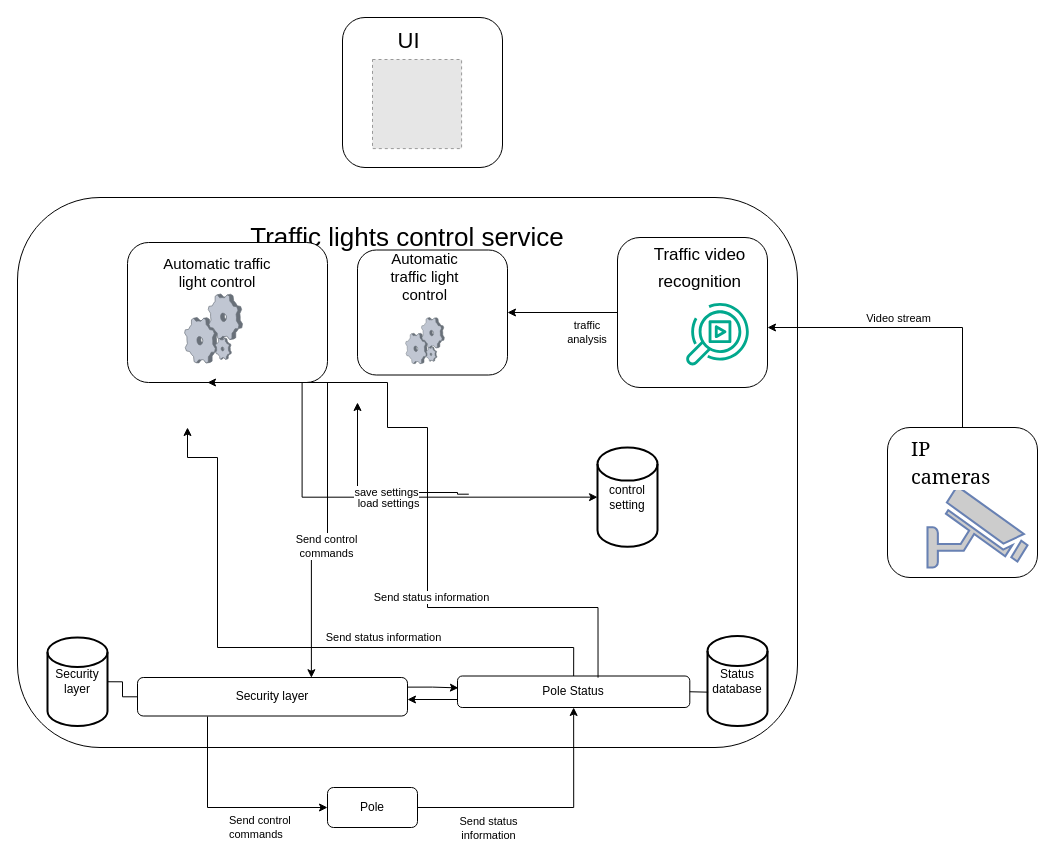
Mrazbb/OAMK_DDD keeps this draw.io diagram as Untitled Diagram.drawio. Above is the earlier version. Source tidied: cells renumbered, new cells numbered last; positions are measured from the earlier drawing's top-left corner, leaving out a move shared by most shapes. Both pictures are drawn from the tidied source at 100%, with x=0, y=0 at pixel (17, 17). Pictures stored in the file or linked from it are replaced by grey dashed boxes.
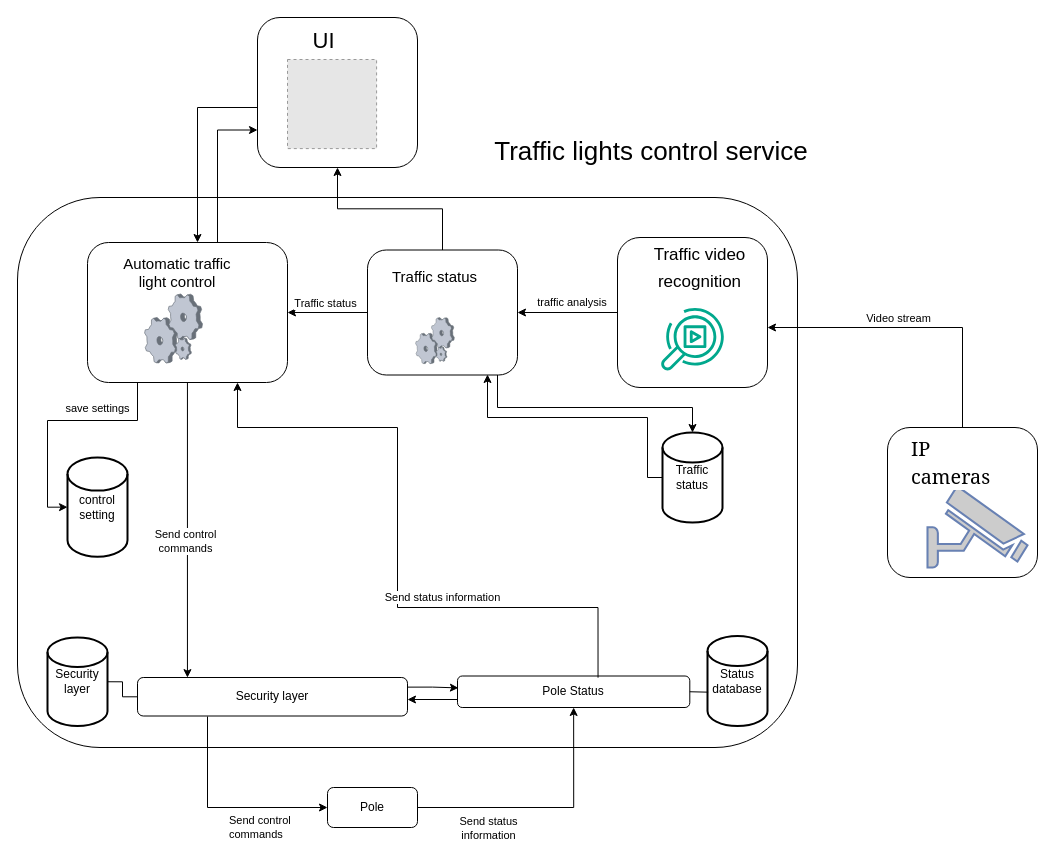
Above is the later version.

Unchanged cells that the change refers to:
```xml
<mxCell id="4" style="rounded=1;whiteSpace=wrap;html=1;align=center;" parent="3" vertex="1">
  <mxGeometry x="-30" y="-170" width="780" height="550" as="geometry" />
</mxCell>
<mxCell id="8" value="Security layer" style="rounded=1;whiteSpace=wrap;html=1;" parent="4" vertex="1">
  <mxGeometry x="120" y="480" width="270" height="38.5" as="geometry" />
</mxCell>
<mxCell id="10" value="Pole Status" style="rounded=1;whiteSpace=wrap;html=1;" parent="4" vertex="1">
  <mxGeometry x="440" y="478.5" width="232.3" height="31.5" as="geometry" />
</mxCell>
<mxCell id="18" style="rounded=1;whiteSpace=wrap;html=1;" parent="4" vertex="1">
  <mxGeometry x="600" y="40" width="150" height="150" as="geometry" />
</mxCell>
```

What changed in the source:
```diff
@@
-    <mxCell id="5" value="Traffic lights control service" style="text;html=1;strokeColor=none;fillColor=none;align=center;verticalAlign=middle;whiteSpace=wrap;rounded=0;fontSize=26;" parent="4" vertex="1">
-      <mxGeometry x="216" y="16.2" width="347.9" height="48.5" as="geometry" />
-    </mxCell>
-    <mxCell id="6" style="edgeStyle=orthogonalEdgeStyle;rounded=0;orthogonalLoop=1;jettySize=auto;html=1;exitX=0.5;exitY=1;exitDx=0;exitDy=0;entryX=0.5;entryY=1;entryDx=0;entryDy=0;" parent="4" edge="1" source="5" target="5">
-      <mxGeometry relative="1" as="geometry" />
-    </mxCell>
@@
     <mxCell id="15" style="rounded=1;whiteSpace=wrap;html=1;" parent="4" vertex="1">
-      <mxGeometry x="110" y="45" width="200" height="140" as="geometry" />
+      <mxGeometry x="70" y="45" width="200" height="140" as="geometry" />
     </mxCell>
@@
     <mxCell id="20" style="sketch=0;fontColor=#232F3E;gradientColor=none;fillColor=#01A88D;strokeColor=none;dashed=0;verticalLabelPosition=bottom;verticalAlign=top;align=center;html=1;fontSize=12;fontStyle=0;shape=mxgraph.aws4.rekognition_video;fontFamily=Helvetica;" parent="18" vertex="1">
-      <mxGeometry x="68.7" y="65" width="62.6" height="63.4" as="geometry" />
+      <mxGeometry x="43.7" y="70" width="62.6" height="63.4" as="geometry" />
     </mxCell>
-    <mxCell id="21" style="edgeStyle=orthogonalEdgeStyle;shape=connector;rounded=0;jettySize=auto;html=1;exitX=0.5;exitY=0;exitDx=0;exitDy=0;labelBackgroundColor=default;strokeColor=default;align=center;verticalAlign=middle;fontFamily=Helvetica;fontSize=11;fontColor=default;endArrow=classic;" parent="4" edge="1" source="10">
-      <mxGeometry relative="1" as="geometry">
-        <mxPoint x="170" y="230" as="targetPoint" />
-        <Array as="points">
-          <mxPoint x="556" y="450" />
-          <mxPoint x="200" y="450" />
-          <mxPoint x="200" y="260" />
-          <mxPoint x="170" y="260" />
-        </Array>
-      </mxGeometry>
-    </mxCell>
-    <mxCell id="22" value="Send status information" style="edgeLabel;html=1;align=center;verticalAlign=middle;fontFamily=Helvetica;fontSize=11;fontColor=default;" parent="21" vertex="1">
-      <mxGeometry x="-0.31" y="-2" relative="1" as="geometry">
-        <mxPoint y="-9" as="offset" />
-      </mxGeometry>
-    </mxCell>
     <mxCell id="23" value="traffic analysis" style="text;html=1;strokeColor=none;fillColor=none;align=center;verticalAlign=middle;whiteSpace=wrap;rounded=0;fontFamily=Helvetica;fontSize=11;fontColor=default;" parent="4" vertex="1">
-      <mxGeometry x="540" y="120" width="60" height="30" as="geometry" />
+      <mxGeometry x="510" y="90" width="90" height="30" as="geometry" />
     </mxCell>
-    <mxCell id="24" style="edgeStyle=orthogonalEdgeStyle;shape=connector;rounded=0;jettySize=auto;html=1;labelBackgroundColor=default;strokeColor=default;align=center;verticalAlign=middle;fontFamily=Helvetica;fontSize=11;fontColor=default;endArrow=classic;entryX=0.644;entryY=0.006;entryDx=0;entryDy=0;entryPerimeter=0;" parent="4" edge="1" source="15" target="8">
+    <mxCell id="24" style="edgeStyle=orthogonalEdgeStyle;shape=connector;rounded=0;jettySize=auto;html=1;labelBackgroundColor=default;strokeColor=default;align=center;verticalAlign=middle;fontFamily=Helvetica;fontSize=11;fontColor=default;endArrow=classic;entryX=0.185;entryY=0.003;entryDx=0;entryDy=0;entryPerimeter=0;" parent="4" edge="1" source="15" target="8">
       <mxGeometry relative="1" as="geometry">
         <Array as="points">
-          <mxPoint x="310" y="160" />
-          <mxPoint x="310" y="350" />
-          <mxPoint x="294" y="350" />
+          <mxPoint x="170" y="480" />
         </Array>
       </mxGeometry>
     </mxCell>
@@
-    <mxCell id="26" style="edgeStyle=orthogonalEdgeStyle;shape=connector;rounded=0;orthogonalLoop=1;jettySize=auto;html=1;exitX=0.022;exitY=0.722;exitDx=0;exitDy=0;exitPerimeter=0;entryX=0.75;entryY=1;entryDx=0;entryDy=0;labelBackgroundColor=default;strokeColor=default;align=center;verticalAlign=middle;fontFamily=Helvetica;fontSize=11;fontColor=default;endArrow=classic;" parent="4" edge="1">
-      <mxGeometry relative="1" as="geometry">
-        <mxPoint x="451.3" y="296.7" as="sourcePoint" />
-        <mxPoint x="340" y="205" as="targetPoint" />
-        <Array as="points">
-          <mxPoint x="440" y="297" />
-          <mxPoint x="440" y="295" />
-          <mxPoint x="340" y="295" />
-        </Array>
-      </mxGeometry>
-    </mxCell>
-    <mxCell id="27" value="load settings" style="edgeLabel;html=1;align=center;verticalAlign=middle;fontFamily=Helvetica;fontSize=11;fontColor=default;" parent="26" vertex="1">
-      <mxGeometry x="0.37" y="1" relative="1" as="geometry">
-        <mxPoint x="31" y="36" as="offset" />
-      </mxGeometry>
-    </mxCell>
     <mxCell id="28" value="control setting" style="strokeWidth=2;html=1;shape=mxgraph.flowchart.database;whiteSpace=wrap;" parent="4" vertex="1">
-      <mxGeometry x="580" y="250" width="60" height="99.3" as="geometry" />
+      <mxGeometry x="50" y="260" width="60" height="99.3" as="geometry" />
     </mxCell>
-    <mxCell id="29" style="edgeStyle=orthogonalEdgeStyle;shape=connector;rounded=0;jettySize=auto;html=1;entryX=0;entryY=0.5;entryDx=0;entryDy=0;entryPerimeter=0;labelBackgroundColor=default;strokeColor=default;align=center;verticalAlign=middle;fontFamily=Helvetica;fontSize=11;fontColor=default;endArrow=classic;exitX=0.873;exitY=0.998;exitDx=0;exitDy=0;exitPerimeter=0;" parent="4" edge="1" source="15" target="28">
-      <mxGeometry relative="1" as="geometry" />
+    <mxCell id="29" style="edgeStyle=orthogonalEdgeStyle;shape=connector;rounded=0;jettySize=auto;html=1;entryX=0;entryY=0.5;entryDx=0;entryDy=0;entryPerimeter=0;labelBackgroundColor=default;strokeColor=default;align=center;verticalAlign=middle;fontFamily=Helvetica;fontSize=11;fontColor=default;endArrow=classic;" parent="4" edge="1" source="15" target="28">
+      <mxGeometry relative="1" as="geometry">
+        <Array as="points">
+          <mxPoint x="120" y="223" />
+          <mxPoint x="30" y="223" />
+          <mxPoint x="30" y="310" />
+        </Array>
+      </mxGeometry>
     </mxCell>
     <mxCell id="30" value="save settings" style="edgeLabel;html=1;align=center;verticalAlign=middle;fontFamily=Helvetica;fontSize=11;fontColor=default;" parent="29" vertex="1">
       <mxGeometry x="-0.19" y="2" relative="1" as="geometry">
-        <mxPoint x="33" y="-3" as="offset" />
+        <mxPoint x="16" y="-15" as="offset" />
       </mxGeometry>
     </mxCell>
-    <mxCell id="31" style="edgeStyle=orthogonalEdgeStyle;shape=connector;rounded=0;jettySize=auto;html=1;exitX=0.605;exitY=0.054;exitDx=0;exitDy=0;labelBackgroundColor=default;strokeColor=default;align=center;verticalAlign=middle;fontFamily=Helvetica;fontSize=11;fontColor=default;endArrow=classic;exitPerimeter=0;entryX=0.4;entryY=1;entryDx=0;entryDy=0;entryPerimeter=0;" parent="4" edge="1" source="10" target="15">
+    <mxCell id="31" style="edgeStyle=orthogonalEdgeStyle;shape=connector;rounded=0;jettySize=auto;html=1;exitX=0.605;exitY=0.054;exitDx=0;exitDy=0;labelBackgroundColor=default;strokeColor=default;align=center;verticalAlign=middle;fontFamily=Helvetica;fontSize=11;fontColor=default;endArrow=classic;exitPerimeter=0;entryX=0.75;entryY=1;entryDx=0;entryDy=0;" parent="4" edge="1" source="10" target="15">
       <mxGeometry relative="1" as="geometry">
         <Array as="points">
           <mxPoint x="581" y="410" />
-          <mxPoint x="410" y="410" />
-          <mxPoint x="410" y="230" />
-          <mxPoint x="370" y="230" />
+          <mxPoint x="380" y="410" />
+          <mxPoint x="380" y="230" />
+          <mxPoint x="220" y="230" />
         </Array>
       </mxGeometry>
     </mxCell>
@@
+    <mxCell id="49" style="edgeStyle=orthogonalEdgeStyle;shape=connector;rounded=0;jettySize=auto;html=1;labelBackgroundColor=default;strokeColor=default;align=center;verticalAlign=middle;fontFamily=Helvetica;fontSize=11;fontColor=default;endArrow=classic;" parent="4" edge="1" source="33" target="15">
+      <mxGeometry relative="1" as="geometry" />
+    </mxCell>
+    <mxCell id="50" value="Traffic status" style="edgeLabel;html=1;align=center;verticalAlign=middle;fontFamily=Helvetica;fontSize=11;fontColor=default;" parent="49" vertex="1">
+      <mxGeometry x="-0.23" relative="1" as="geometry">
+        <mxPoint x="-12" y="-10" as="offset" />
+      </mxGeometry>
+    </mxCell>
     <mxCell id="33" style="rounded=1;whiteSpace=wrap;html=1;" parent="4" vertex="1">
-      <mxGeometry x="340" y="52.5" width="150" height="125" as="geometry" />
+      <mxGeometry x="350" y="52.5" width="150" height="125" as="geometry" />
     </mxCell>
-    <mxCell id="34" value="Automatic traffic light control" style="text;html=1;strokeColor=none;fillColor=none;align=center;verticalAlign=middle;whiteSpace=wrap;rounded=0;fontFamily=Helvetica;fontSize=15;fontColor=default;" parent="33" vertex="1">
+    <mxCell id="34" value="Traffic status" style="text;html=1;strokeColor=none;fillColor=none;align=center;verticalAlign=middle;whiteSpace=wrap;rounded=0;fontFamily=Helvetica;fontSize=15;fontColor=default;" parent="33" vertex="1">
       <mxGeometry x="15" width="105" height="53.6" as="geometry" />
     </mxCell>
@@
+    <mxCell id="51" value="Traffic status" style="strokeWidth=2;html=1;shape=mxgraph.flowchart.database;whiteSpace=wrap;" parent="4" vertex="1">
+      <mxGeometry x="645" y="235" width="60" height="90" as="geometry" />
+    </mxCell>
+    <mxCell id="52" style="edgeStyle=orthogonalEdgeStyle;shape=connector;rounded=0;jettySize=auto;html=1;labelBackgroundColor=default;strokeColor=default;align=center;verticalAlign=middle;fontFamily=Helvetica;fontSize=11;fontColor=default;endArrow=classic;" parent="4" edge="1" source="33" target="51">
+      <mxGeometry relative="1" as="geometry">
+        <Array as="points">
+          <mxPoint x="480" y="210" />
+          <mxPoint x="675" y="210" />
+        </Array>
+      </mxGeometry>
+    </mxCell>
+    <mxCell id="53" style="edgeStyle=orthogonalEdgeStyle;shape=connector;rounded=0;jettySize=auto;html=1;labelBackgroundColor=default;strokeColor=default;align=center;verticalAlign=middle;fontFamily=Helvetica;fontSize=11;fontColor=default;endArrow=classic;" parent="4" edge="1" source="51">
+      <mxGeometry relative="1" as="geometry">
+        <mxPoint x="470" y="177" as="targetPoint" />
+        <Array as="points">
+          <mxPoint x="630" y="280" />
+          <mxPoint x="630" y="220" />
+          <mxPoint x="470" y="220" />
+          <mxPoint x="470" y="177" />
+        </Array>
+      </mxGeometry>
+    </mxCell>
@@
+    <mxCell id="54" style="edgeStyle=orthogonalEdgeStyle;shape=connector;rounded=0;jettySize=auto;html=1;labelBackgroundColor=default;strokeColor=default;align=center;verticalAlign=middle;fontFamily=Helvetica;fontSize=11;fontColor=default;endArrow=classic;" parent="1" edge="1" source="46" target="15">
+      <mxGeometry relative="1" as="geometry">
+        <Array as="points">
+          <mxPoint x="180" y="90" />
+        </Array>
+      </mxGeometry>
+    </mxCell>
     <mxCell id="46" style="rounded=1;whiteSpace=wrap;html=1;" parent="1" vertex="1">
-      <mxGeometry x="325" width="160" height="150" as="geometry" />
+      <mxGeometry x="240" width="160" height="150" as="geometry" />
     </mxCell>
@@
+    <mxCell id="5" value="Traffic lights control service" style="text;html=1;strokeColor=none;fillColor=none;align=center;verticalAlign=middle;whiteSpace=wrap;rounded=0;fontSize=26;" parent="1" vertex="1">
+      <mxGeometry x="460" y="110" width="347.9" height="48.5" as="geometry" />
+    </mxCell>
+    <mxCell id="6" style="edgeStyle=orthogonalEdgeStyle;rounded=0;orthogonalLoop=1;jettySize=auto;html=1;exitX=0.5;exitY=1;exitDx=0;exitDy=0;entryX=0.5;entryY=1;entryDx=0;entryDy=0;" parent="1" edge="1" source="5" target="5">
+      <mxGeometry relative="1" as="geometry" />
+    </mxCell>
+    <mxCell id="55" style="edgeStyle=orthogonalEdgeStyle;shape=connector;rounded=0;jettySize=auto;html=1;labelBackgroundColor=default;strokeColor=default;align=center;verticalAlign=middle;fontFamily=Helvetica;fontSize=11;fontColor=default;endArrow=classic;" parent="1" edge="1" source="33" target="46">
+      <mxGeometry relative="1" as="geometry" />
+    </mxCell>
+    <mxCell id="56" style="edgeStyle=orthogonalEdgeStyle;shape=connector;rounded=0;jettySize=auto;html=1;entryX=0;entryY=0.75;entryDx=0;entryDy=0;labelBackgroundColor=default;strokeColor=default;align=center;verticalAlign=middle;fontFamily=Helvetica;fontSize=11;fontColor=default;endArrow=classic;" parent="1" edge="1" source="15" target="46">
+      <mxGeometry relative="1" as="geometry">
+        <Array as="points">
+          <mxPoint x="200" y="112" />
+        </Array>
+      </mxGeometry>
+    </mxCell>
```
